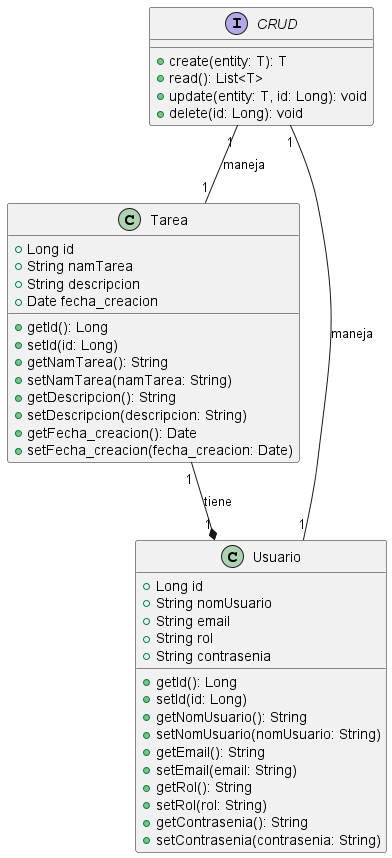
This is diagramas/diagrama-clase/img/diagrama-clase.png from Oscarsl10/proyecto-analisis-sistemas-2024-b-g2, a PlantUML export, as it was before one commit. Its diagram source:
```plantuml
@startuml
class Tarea {
    +Long id
    +String namTarea
    +String descripcion
    +Date fecha_creacion
    +getId(): Long
    +setId(id: Long)
    +getNamTarea(): String
    +setNamTarea(namTarea: String)
    +getDescripcion(): String
    +setDescripcion(descripcion: String)
    +getFecha_creacion(): Date
    +setFecha_creacion(fecha_creacion: Date)
}

class Usuario {
    +Long id
    +String nomUsuario
    +String email
    +String rol
    +String contrasenia
    +getId(): Long
    +setId(id: Long)
    +getNomUsuario(): String
    +setNomUsuario(nomUsuario: String)
    +getEmail(): String
    +setEmail(email: String)
    +getRol(): String
    +setRol(rol: String)
    +getContrasenia(): String
    +setContrasenia(contrasenia: String)
}

interface CRUD {
    +create(entity: T): T
    +read(): List<T>
    +update(entity: T, id: Long): void
    +delete(id: Long): void
}

Tarea "1" --* "1" Usuario : tiene
CRUD "1" -- "1" Tarea : maneja
CRUD "1" -- "1" Usuario : maneja

@enduml
```
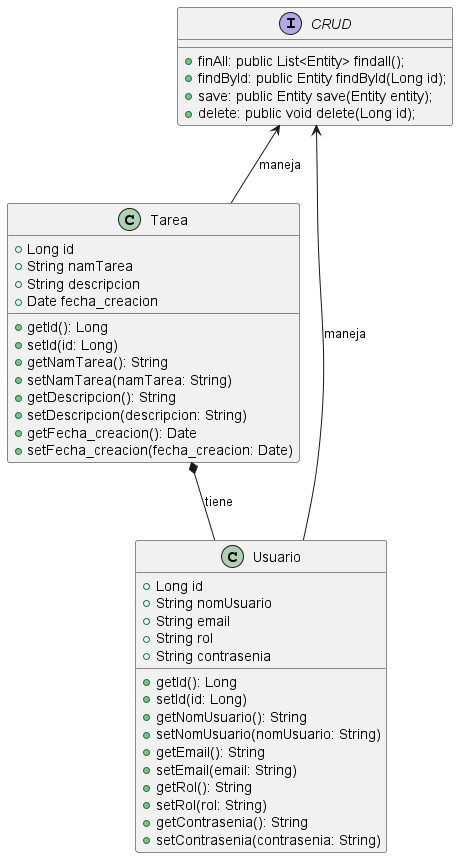
Above is the later version.

Diff of the diagram source:
```diff
@@ -1,4 +1,12 @@
 @startuml
+
+interface CRUD {
+    + finAll: public List<Entity> findall();
+    + findById: public Entity findById(Long id);
+    + save: public Entity save(Entity entity);
+    + delete: public void delete(Long id);
+}
+
 class Tarea {
     +Long id
     +String namTarea
@@ -32,15 +40,8 @@
     +setContrasenia(contrasenia: String)
 }
 
-interface CRUD {
-    +create(entity: T): T
-    +read(): List<T>
-    +update(entity: T, id: Long): void
-    +delete(id: Long): void
-}
-
-Tarea "1" --* "1" Usuario : tiene
-CRUD "1" -- "1" Tarea : maneja
-CRUD "1" -- "1" Usuario : maneja
+Tarea *-- Usuario : tiene
+CRUD  <--  Tarea : maneja
+CRUD  <-- Usuario : maneja
 
 @enduml
```
